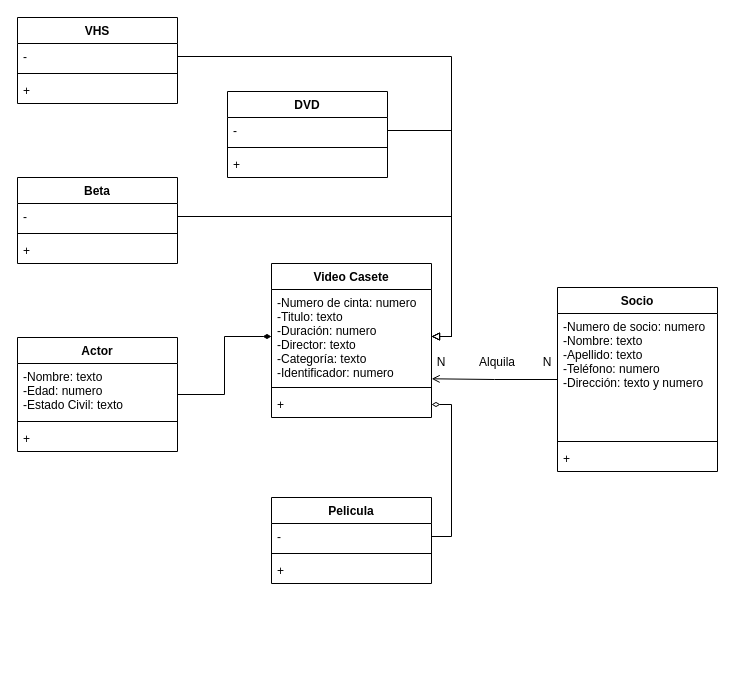
This is page "Video Club" (2 of 3) of Untitled Diagram.drawio from NatsukiAza/Proyecto-7C, a draw.io file, before an edit. Source tidied: cells renumbered, new cells numbered last; positions are measured from the earlier drawing's top-left corner, leaving out a move shared by most shapes. Both pictures are drawn from the tidied source at 100%, with x=0, y=0 at pixel (17, 17).
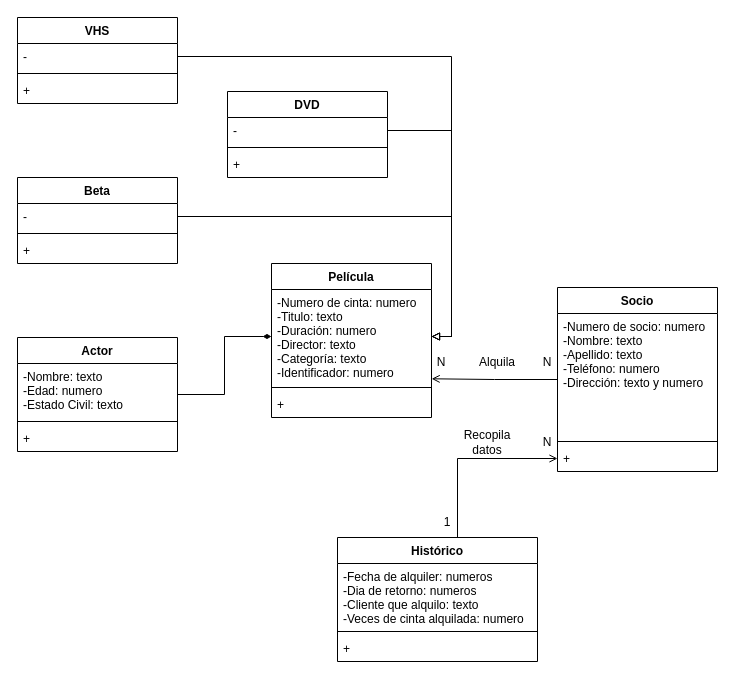
Above is the later version.

Unchanged cells that the change refers to:
```xml
<mxCell id="5" value="+" style="text;strokeColor=none;fillColor=none;align=left;verticalAlign=top;spacingLeft=4;spacingRight=4;overflow=hidden;points=[[0,0.5],[1,0.5]];portConstraint=eastwest;" parent="2" vertex="1">
  <mxGeometry y="128" width="160" height="26" as="geometry" />
</mxCell>
<mxCell id="30" value="+" style="text;strokeColor=none;fillColor=none;align=left;verticalAlign=top;spacingLeft=4;spacingRight=4;overflow=hidden;points=[[0,0.5],[1,0.5]];portConstraint=eastwest;" parent="27" vertex="1">
  <mxGeometry y="158" width="160" height="26" as="geometry" />
</mxCell>
```

Change to the diagram source:
```diff
@@
-    <mxCell id="2" value="Video Casete" style="swimlane;fontStyle=1;align=center;verticalAlign=top;horizontal=1;startSize=26;" parent="1" vertex="1">
+    <mxCell id="2" value="Película" style="swimlane;fontStyle=1;align=center;verticalAlign=top;horizontal=1;startSize=26;" parent="1" vertex="1">
       <mxGeometry x="254" y="246" width="160" height="154" as="geometry" />
     </mxCell>
@@
-    <mxCell id="21" value="Pelicula" style="swimlane;fontStyle=1;align=center;verticalAlign=top;horizontal=1;startSize=26;" parent="1" vertex="1">
-      <mxGeometry x="254" y="480" width="160" height="86" as="geometry" />
-    </mxCell>
-    <mxCell id="22" value="-" style="text;strokeColor=none;fillColor=none;align=left;verticalAlign=top;spacingLeft=4;spacingRight=4;overflow=hidden;points=[[0,0.5],[1,0.5]];portConstraint=eastwest;" parent="21" vertex="1">
-      <mxGeometry y="26" width="160" height="26" as="geometry" />
-    </mxCell>
-    <mxCell id="23" style="line;strokeWidth=1;fillColor=none;align=left;verticalAlign=middle;spacingTop=-1;spacingLeft=3;spacingRight=3;labelPosition=right;" parent="21" vertex="1">
-      <mxGeometry y="52" width="160" height="8" as="geometry" />
-    </mxCell>
-    <mxCell id="24" value="+" style="text;strokeColor=none;fillColor=none;align=left;verticalAlign=top;spacingLeft=4;spacingRight=4;overflow=hidden;" parent="21" vertex="1">
-      <mxGeometry y="60" width="160" height="26" as="geometry" />
-    </mxCell>
-    <mxCell id="25" style="edgeStyle=orthogonalEdgeStyle;rounded=0;jettySize=auto;html=1;entryX=1;entryY=0.5;entryDx=0;entryDy=0;endArrow=diamondThin;endFill=0;exitX=1;exitY=0.5;exitDx=0;exitDy=0;" parent="1" edge="1" source="22" target="5">
-      <mxGeometry relative="1" as="geometry" />
-    </mxCell>
@@
+    <mxCell id="39" style="edgeStyle=orthogonalEdgeStyle;rounded=0;jettySize=auto;html=1;entryX=0;entryY=0.5;entryDx=0;entryDy=0;endArrow=open;endFill=0;" parent="1" edge="1" source="40" target="30">
+      <mxGeometry relative="1" as="geometry">
+        <Array as="points">
+          <mxPoint x="440" y="441" />
+        </Array>
+      </mxGeometry>
+    </mxCell>
+    <mxCell id="40" value="Histórico" style="swimlane;fontStyle=1;align=center;verticalAlign=top;horizontal=1;startSize=26;" parent="1" vertex="1">
+      <mxGeometry x="320" y="520" width="200" height="124" as="geometry" />
+    </mxCell>
+    <mxCell id="41" value="-Fecha de alquiler: numeros&#10;-Dia de retorno: numeros&#10;-Cliente que alquilo: texto&#10;-Veces de cinta alquilada: numero" style="text;strokeColor=none;fillColor=none;align=left;verticalAlign=top;spacingLeft=4;spacingRight=4;overflow=hidden;" parent="40" vertex="1">
+      <mxGeometry y="26" width="200" height="64" as="geometry" />
+    </mxCell>
+    <mxCell id="42" style="line;strokeWidth=1;fillColor=none;align=left;verticalAlign=middle;spacingTop=-1;spacingLeft=3;spacingRight=3;labelPosition=right;" parent="40" vertex="1">
+      <mxGeometry y="90" width="200" height="8" as="geometry" />
+    </mxCell>
+    <mxCell id="24" value="+" style="text;strokeColor=none;fillColor=none;align=left;verticalAlign=top;spacingLeft=4;spacingRight=4;overflow=hidden;" parent="40" vertex="1">
+      <mxGeometry y="98" width="200" height="26" as="geometry" />
+    </mxCell>
+    <mxCell id="43" value="N" style="text;html=1;strokeColor=none;fillColor=none;align=center;verticalAlign=middle;whiteSpace=wrap;rounded=0;" parent="1" vertex="1">
+      <mxGeometry x="520" y="410" width="20" height="30" as="geometry" />
+    </mxCell>
+    <mxCell id="44" value="1" style="text;html=1;strokeColor=none;fillColor=none;align=center;verticalAlign=middle;whiteSpace=wrap;rounded=0;" parent="1" vertex="1">
+      <mxGeometry x="420" y="490" width="20" height="30" as="geometry" />
+    </mxCell>
+    <mxCell id="45" value="Recopila datos" style="text;html=1;strokeColor=none;fillColor=none;align=center;verticalAlign=middle;whiteSpace=wrap;rounded=0;" parent="1" vertex="1">
+      <mxGeometry x="440" y="410" width="60" height="30" as="geometry" />
+    </mxCell>
```
